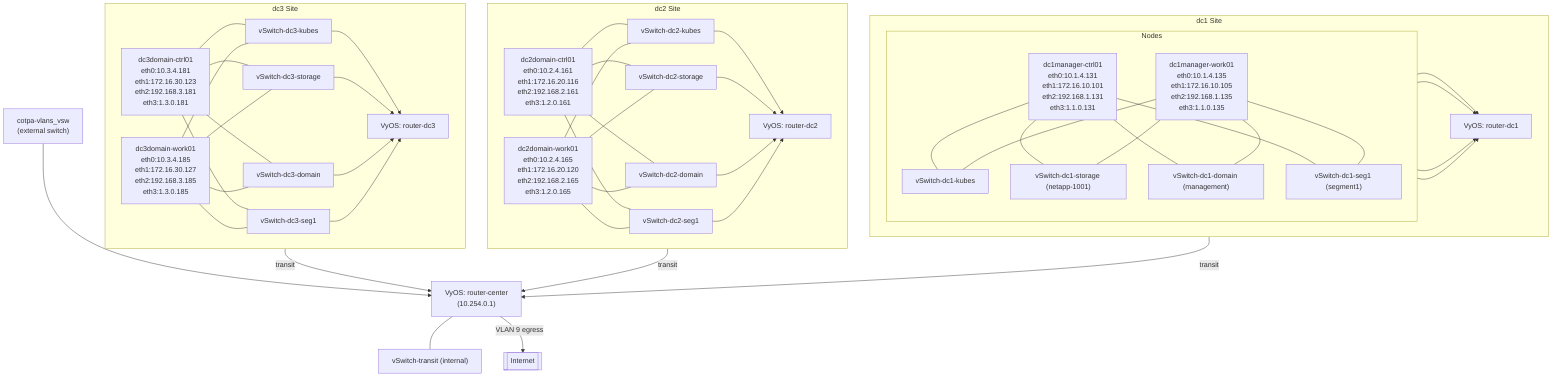
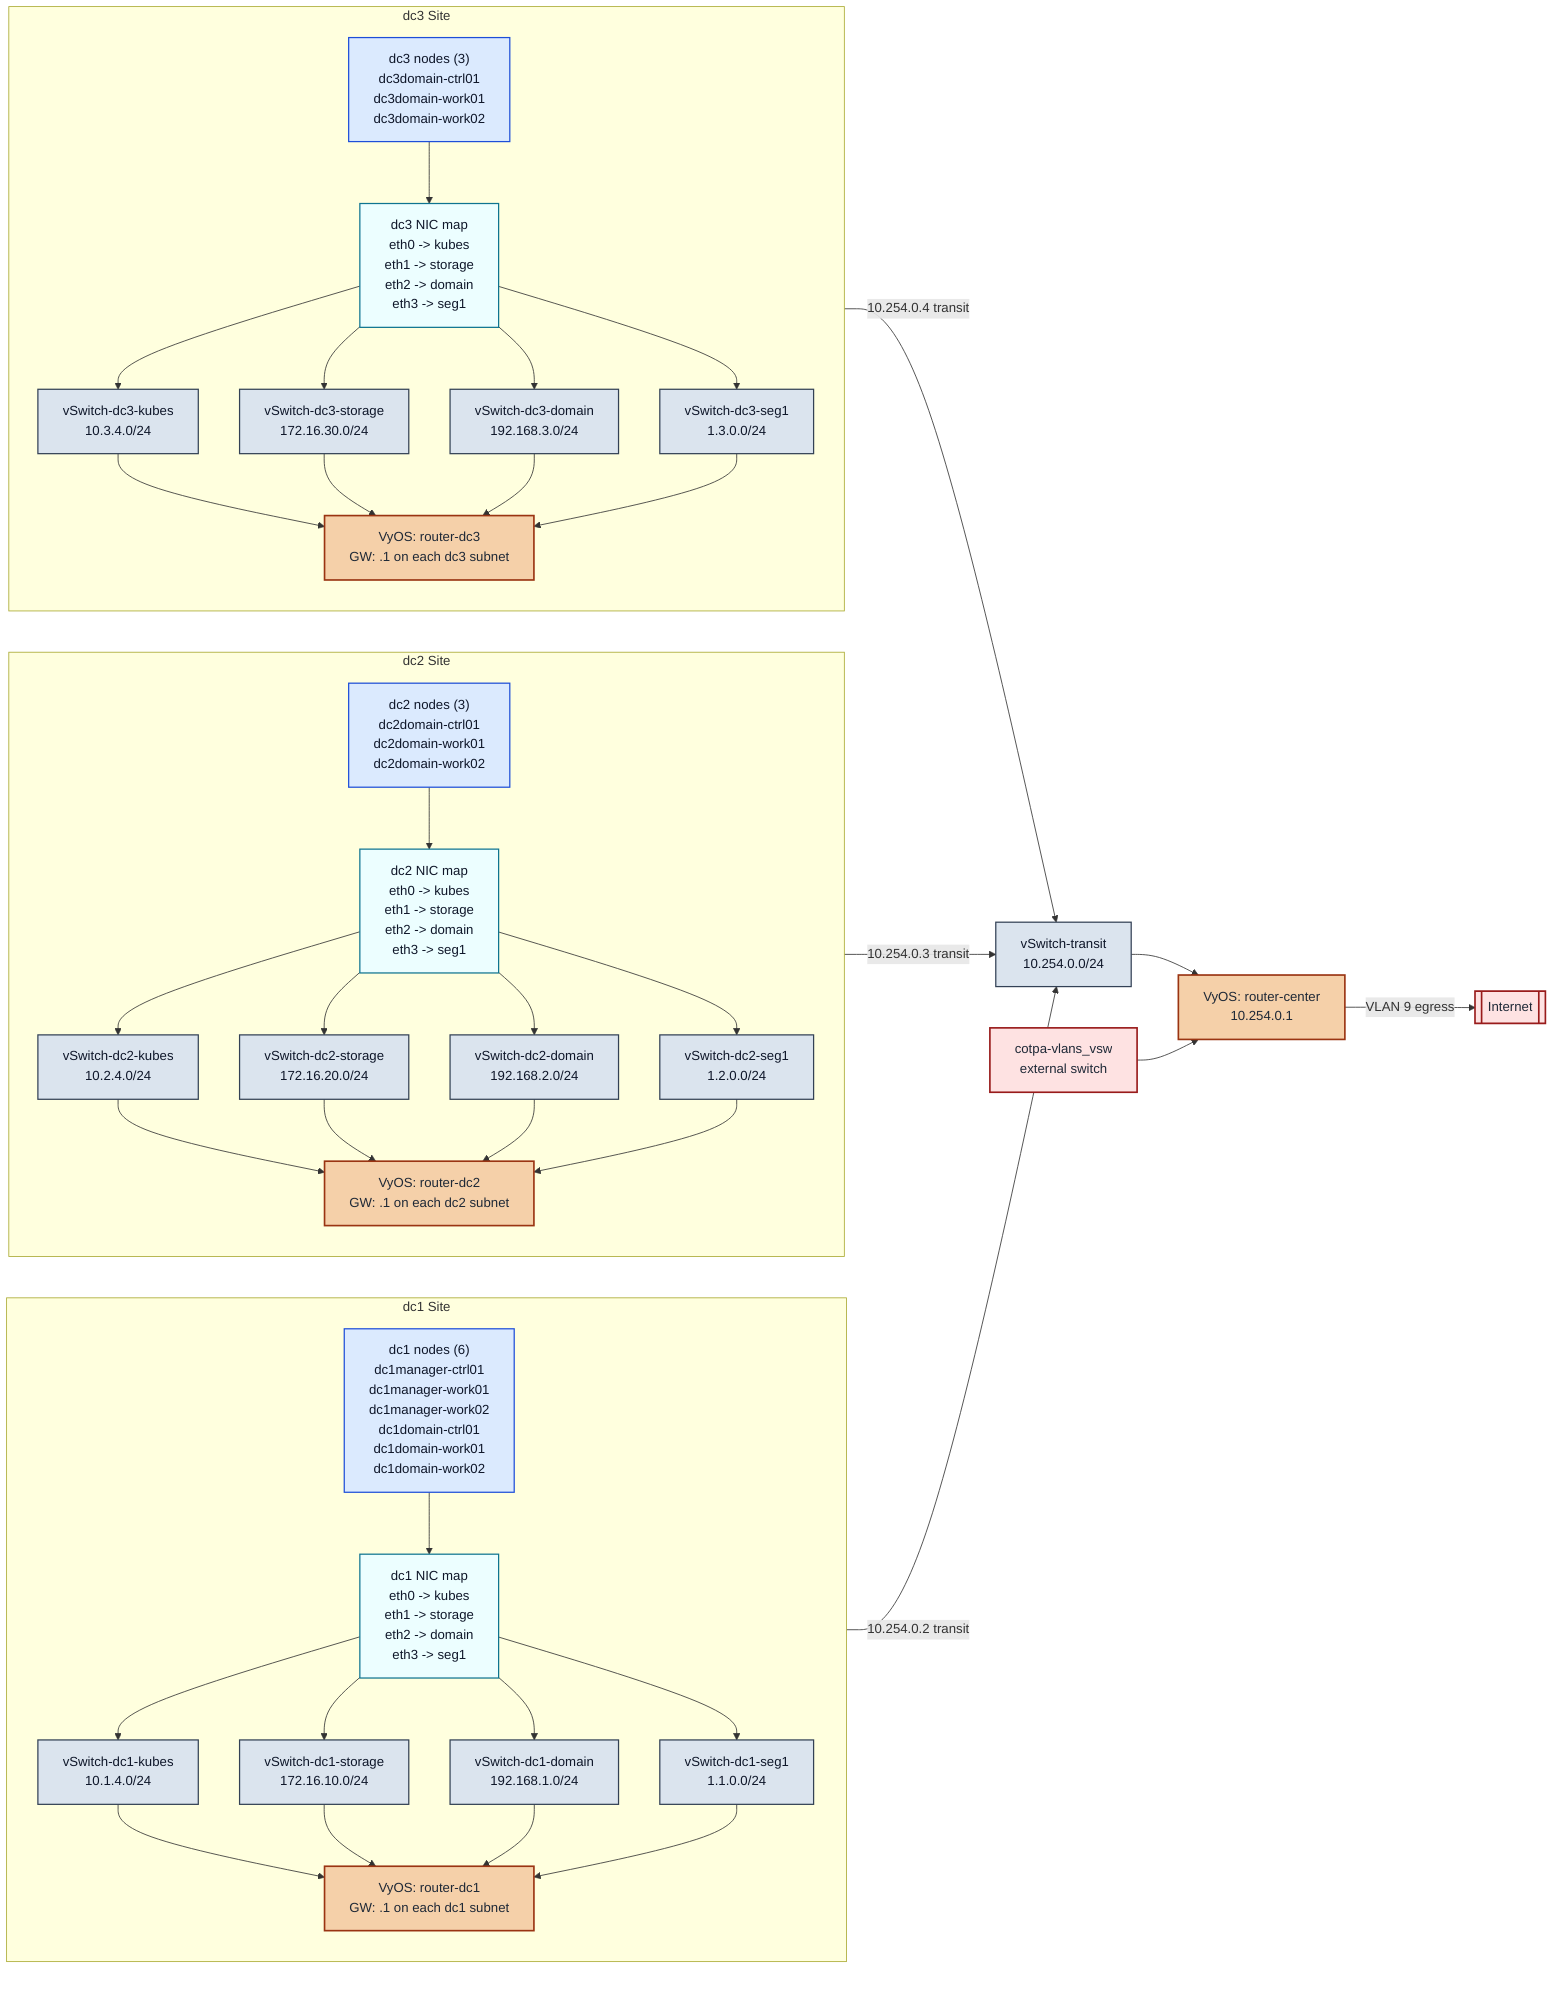
- %% Mermaid Network Topology Diagram - Multicluster Home Lab
- %% Shows per-site networks, vSwitches, routers, and node NIC attachments
+ %% Mermaid Network Topology Diagram - Home Lab Detail View
+ %% Detail architecture: Hyper-V switches, site routers, node groups, and uplink path.

- flowchart TB
+ flowchart LR
+   classDef router fill:#f5d0a9,stroke:#9a3412,stroke-width:2px,color:#1f2937
+   classDef sw fill:#dbe4ee,stroke:#334155,stroke-width:1.5px,color:#0f172a
+   classDef nodegroup fill:#dbeafe,stroke:#1d4ed8,stroke-width:1.5px,color:#0f172a
+   classDef map fill:#ecfeff,stroke:#0e7490,stroke-width:1.5px,color:#0f172a
+   classDef ext fill:#fee2e2,stroke:#991b1b,stroke-width:2px,color:#1f2937
+ 
  subgraph DC1 [dc1 Site]
-     direction LR
-     vsw1["vSwitch-dc1-kubes"]
-     vsw1s["vSwitch-dc1-storage (netapp-1001)"]
-     vdom["vSwitch-dc1-domain (management)"]
-     vseg["vSwitch-dc1-seg1 (segment1)"]
-     router1["VyOS: router-dc1"]
-     vsw1 --> router1
-     vsw1s --> router1
-     vdom --> router1
-     vseg --> router1
+     direction TB
+     d1k["vSwitch-dc1-kubes<br/>10.1.4.0/24"]
+     d1s["vSwitch-dc1-storage<br/>172.16.10.0/24"]
+     d1d["vSwitch-dc1-domain<br/>192.168.1.0/24"]
+     d1g["vSwitch-dc1-seg1<br/>1.1.0.0/24"]
+     r1["VyOS: router-dc1<br/>GW: .1 on each dc1 subnet"]

-     subgraph DC1Nodes [Nodes]
-       direction TB
-       n1["dc1manager-ctrl01\neth0:10.1.4.131\neth1:172.16.10.101\neth2:192.168.1.131\neth3:1.1.0.131"]
-       n2["dc1manager-work01\neth0:10.1.4.135\neth1:172.16.10.105\neth2:192.168.1.135\neth3:1.1.0.135"]
-       n1 --- vsw1
-       n1 --- vsw1s
-       n1 --- vdom
-       n1 --- vseg
-       n2 --- vsw1
-       n2 --- vsw1s
-       n2 --- vdom
-       n2 --- vseg
-     end
+     d1map["dc1 NIC map<br/>eth0 -> kubes<br/>eth1 -> storage<br/>eth2 -> domain<br/>eth3 -> seg1"]
+     d1nodes["dc1 nodes (6)<br/>dc1manager-ctrl01<br/>dc1manager-work01<br/>dc1manager-work02<br/>dc1domain-ctrl01<br/>dc1domain-work01<br/>dc1domain-work02"]
+ 
+     d1k --> r1
+     d1s --> r1
+     d1d --> r1
+     d1g --> r1
+ 
+     d1nodes --> d1map
+     d1map --> d1k
+     d1map --> d1s
+     d1map --> d1d
+     d1map --> d1g
  end

  subgraph DC2 [dc2 Site]
-     direction LR
-     v2["vSwitch-dc2-kubes"]
-     v2s["vSwitch-dc2-storage"]
-     v2d["vSwitch-dc2-domain"]
-     v2g["vSwitch-dc2-seg1"]
-     router2["VyOS: router-dc2"]
-     v2 --> router2
-     v2s --> router2
-     v2d --> router2
-     v2g --> router2
+     direction TB
+     d2k["vSwitch-dc2-kubes<br/>10.2.4.0/24"]
+     d2s["vSwitch-dc2-storage<br/>172.16.20.0/24"]
+     d2d["vSwitch-dc2-domain<br/>192.168.2.0/24"]
+     d2g["vSwitch-dc2-seg1<br/>1.2.0.0/24"]
+     r2["VyOS: router-dc2<br/>GW: .1 on each dc2 subnet"]

-     n3["dc2domain-ctrl01\neth0:10.2.4.161\neth1:172.16.20.116\neth2:192.168.2.161\neth3:1.2.0.161"]
-     n4["dc2domain-work01\neth0:10.2.4.165\neth1:172.16.20.120\neth2:192.168.2.165\neth3:1.2.0.165"]
-     n3 --- v2
-     n3 --- v2s
-     n3 --- v2d
-     n3 --- v2g
-     n4 --- v2
-     n4 --- v2s
-     n4 --- v2d
-     n4 --- v2g
+     d2map["dc2 NIC map<br/>eth0 -> kubes<br/>eth1 -> storage<br/>eth2 -> domain<br/>eth3 -> seg1"]
+     d2nodes["dc2 nodes (3)<br/>dc2domain-ctrl01<br/>dc2domain-work01<br/>dc2domain-work02"]
+ 
+     d2k --> r2
+     d2s --> r2
+     d2d --> r2
+     d2g --> r2
+ 
+     d2nodes --> d2map
+     d2map --> d2k
+     d2map --> d2s
+     d2map --> d2d
+     d2map --> d2g
  end

  subgraph DC3 [dc3 Site]
-     direction LR
-     v3["vSwitch-dc3-kubes"]
-     v3s["vSwitch-dc3-storage"]
-     v3d["vSwitch-dc3-domain"]
-     v3g["vSwitch-dc3-seg1"]
-     router3["VyOS: router-dc3"]
-     v3 --> router3
-     v3s --> router3
-     v3d --> router3
-     v3g --> router3
+     direction TB
+     d3k["vSwitch-dc3-kubes<br/>10.3.4.0/24"]
+     d3s["vSwitch-dc3-storage<br/>172.16.30.0/24"]
+     d3d["vSwitch-dc3-domain<br/>192.168.3.0/24"]
+     d3g["vSwitch-dc3-seg1<br/>1.3.0.0/24"]
+     r3["VyOS: router-dc3<br/>GW: .1 on each dc3 subnet"]

-     n5["dc3domain-ctrl01\neth0:10.3.4.181\neth1:172.16.30.123\neth2:192.168.3.181\neth3:1.3.0.181"]
-     n6["dc3domain-work01\neth0:10.3.4.185\neth1:172.16.30.127\neth2:192.168.3.185\neth3:1.3.0.185"]
-     n5 --- v3
-     n5 --- v3s
-     n5 --- v3d
-     n5 --- v3g
-     n6 --- v3
-     n6 --- v3s
-     n6 --- v3d
-     n6 --- v3g
+     d3map["dc3 NIC map<br/>eth0 -> kubes<br/>eth1 -> storage<br/>eth2 -> domain<br/>eth3 -> seg1"]
+     d3nodes["dc3 nodes (3)<br/>dc3domain-ctrl01<br/>dc3domain-work01<br/>dc3domain-work02"]
+ 
+     d3k --> r3
+     d3s --> r3
+     d3d --> r3
+     d3g --> r3
+ 
+     d3nodes --> d3map
+     d3map --> d3k
+     d3map --> d3s
+     d3map --> d3d
+     d3map --> d3g
  end

-   %% Inter-site connectivity: each site router connects to Central Transit Router.
-   transit["vSwitch-transit (internal)"]
-   router2 -->|transit| central["VyOS: router-center\n(10.254.0.1)"]
-   router3 -->|transit| central
-   router1 -->|transit| central
-   central --- transit
+   transit["vSwitch-transit<br/>10.254.0.0/24"]
+   central["VyOS: router-center<br/>10.254.0.1"]
+   extsw["cotpa-vlans_vsw<br/>external switch"]
+   internet[["Internet"]]

-   extsw["cotpa-vlans_vsw\n(external switch)"]
+   r1 -->|10.254.0.2 transit| transit
+   r2 -->|10.254.0.3 transit| transit
+   r3 -->|10.254.0.4 transit| transit
+   transit --> central
+ 
  extsw --> central
-   central -->|VLAN 9 egress| Internet[[Internet]]
+   central -->|VLAN 9 egress| internet
+ 
+   class r1,r2,r3,central router
+   class d1k,d1s,d1d,d1g,d2k,d2s,d2d,d2g,d3k,d3s,d3d,d3g,transit sw
+   class d1nodes,d2nodes,d3nodes nodegroup
+   class d1map,d2map,d3map map
+   class extsw,internet ext

  click central "../scripts/create-vyos-routers.ps1" "Router provisioning script"
-   click n1 "../configs/home-lab/nodes/dc1manager-ctrl01.yaml" "dc1manager control node manifest"
-   click n3 "../configs/home-lab/nodes/dc2domain-ctrl01.yaml" "dc2domain control node manifest"
-   click n5 "../configs/home-lab/nodes/dc3domain-ctrl01.yaml" "dc3domain control node manifest"
+   click d1nodes "../configs/home-lab/nodes/dc1manager-work02.yaml" "dc1 work02 manifest"
+   click d2nodes "../configs/home-lab/nodes/dc2domain-work02.yaml" "dc2 work02 manifest"
+   click d3nodes "../configs/home-lab/nodes/dc3domain-work02.yaml" "dc3 work02 manifest"
